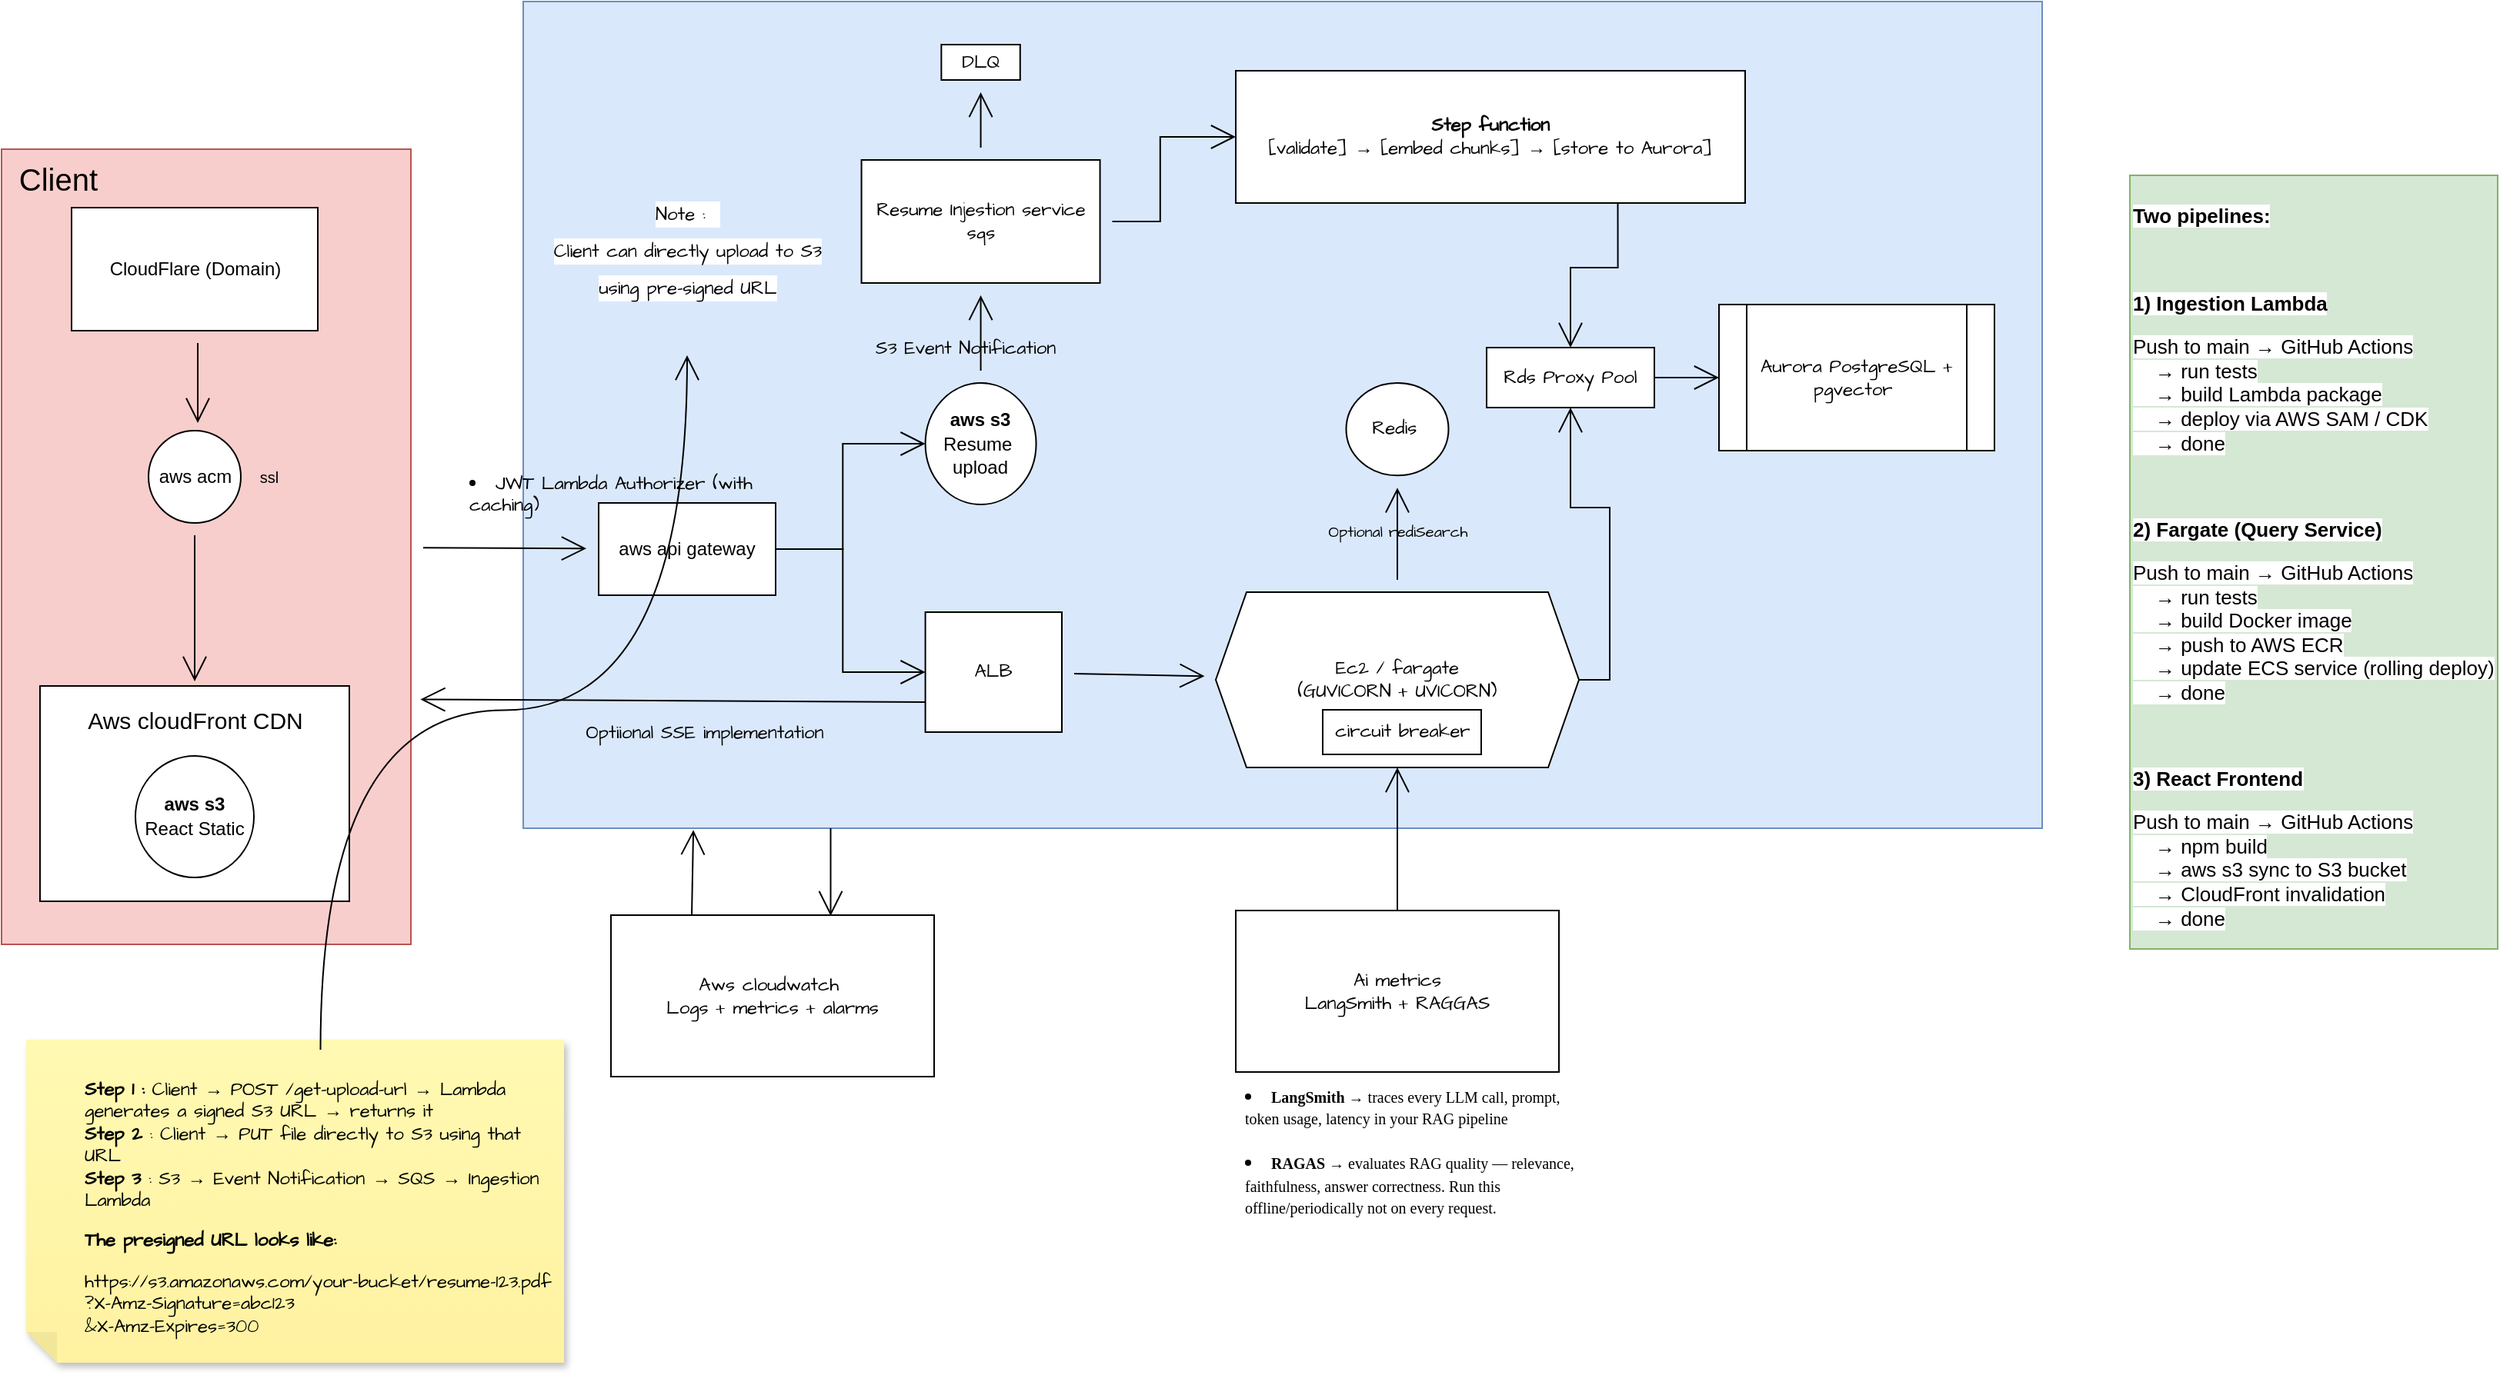
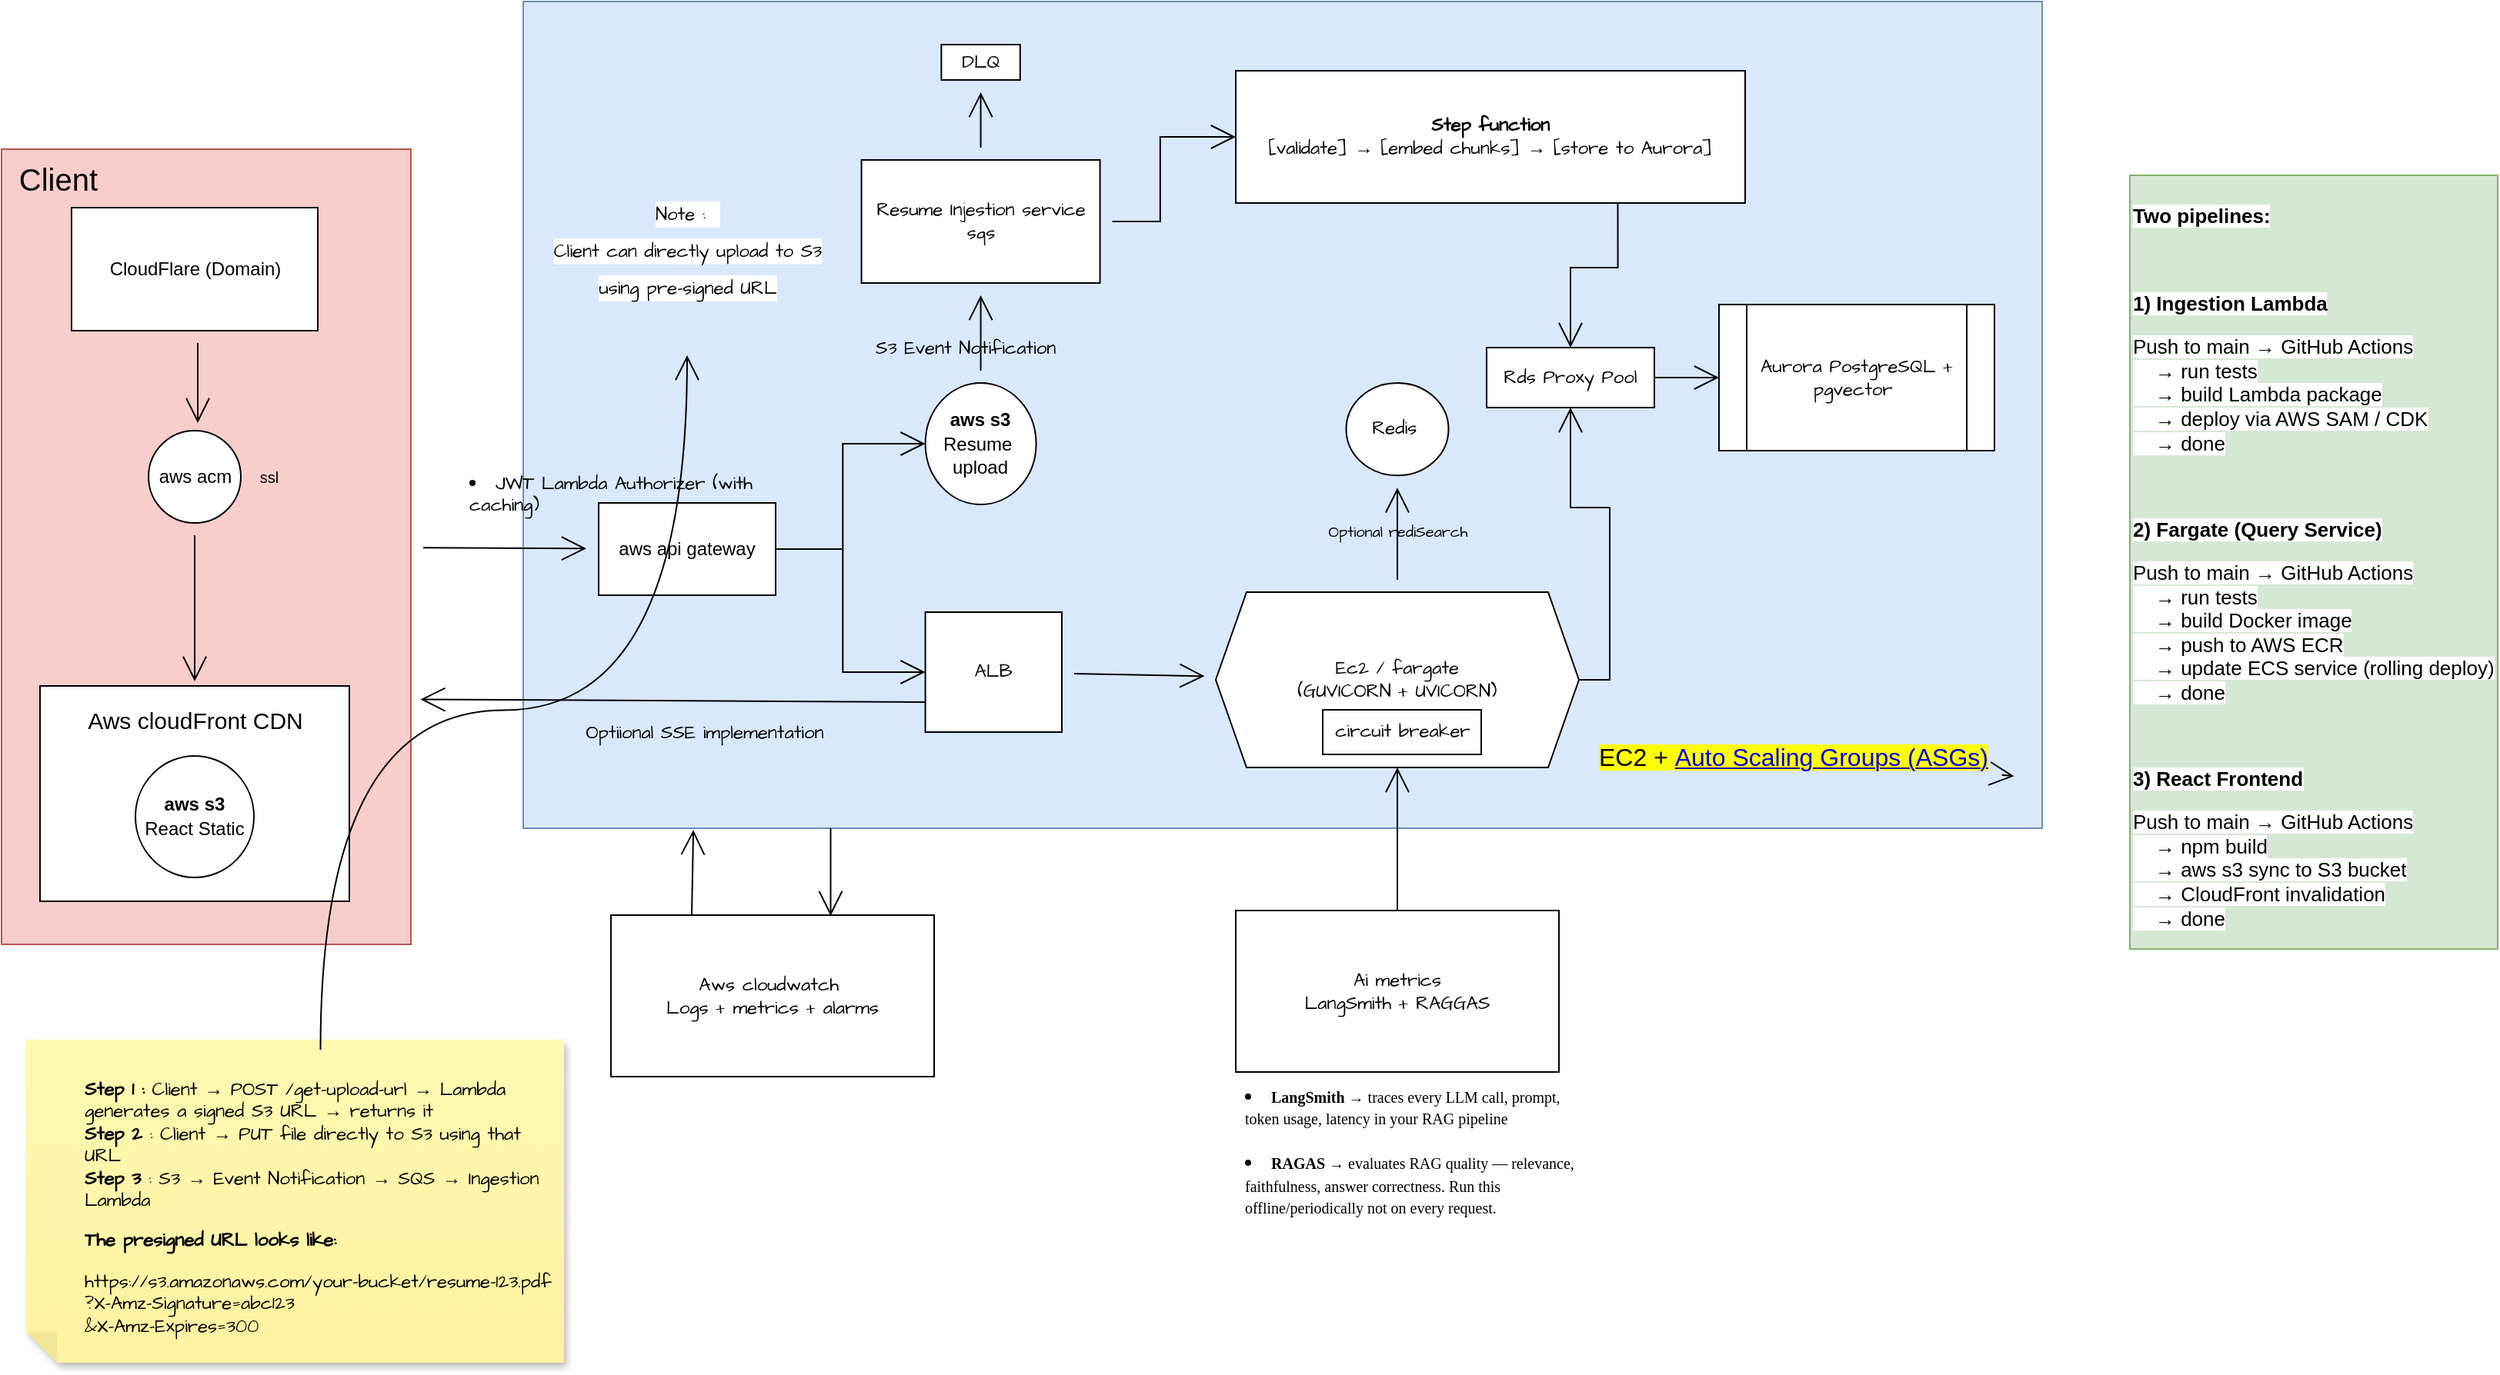
<mxfile host="app.diagrams.net">
  <diagram name="Page-1" id="SOHPCcRNUhLTlrNE90n2">
-     <mxGraphModel dx="3087" dy="1448" grid="0" gridSize="10" guides="1" tooltips="1" connect="1" arrows="1" fold="1" page="0" pageScale="1" pageWidth="850" pageHeight="1100" math="0" shadow="0">
+     <mxGraphModel dx="2808" dy="1317" grid="0" gridSize="10" guides="1" tooltips="1" connect="1" arrows="1" fold="1" page="0" pageScale="1" pageWidth="850" pageHeight="1100" math="0" shadow="0">
      <root>
        <mxCell id="0" />
        <mxCell id="1" parent="0" />
        <mxCell id="rra6tTRvJPethr66ALMW-102" parent="1" style="shape=note;whiteSpace=wrap;html=1;backgroundOutline=1;fontColor=#000000;darkOpacity=0.05;fillColor=#FFF9B2;strokeColor=none;fillStyle=solid;direction=west;gradientDirection=north;gradientColor=#FFF2A1;shadow=1;size=20;autosizeText=1;fontFamily=Architects Daughter;fontSource=https%3A%2F%2Ffonts.googleapis.com%2Fcss%3Ffamily%3DArchitects%2BDaughter;" value="" vertex="1">
          <mxGeometry height="210" width="349.5" x="-684" y="308" as="geometry" />
        </mxCell>
        <mxCell id="rra6tTRvJPethr66ALMW-70" parent="1" style="rounded=0;whiteSpace=wrap;html=1;fontFamily=Architects Daughter;fontSource=https%3A%2F%2Ffonts.googleapis.com%2Fcss%3Ffamily%3DArchitects%2BDaughter;fillColor=#dae8fc;strokeColor=#6c8ebf;" value="" vertex="1">
          <mxGeometry height="537.5" width="987" x="-361" y="-367" as="geometry" />
        </mxCell>
        <mxCell id="rra6tTRvJPethr66ALMW-100" edge="1" parent="1" source="rra6tTRvJPethr66ALMW-55" style="edgeStyle=orthogonalEdgeStyle;rounded=0;orthogonalLoop=1;jettySize=auto;html=1;exitX=0.75;exitY=1;exitDx=0;exitDy=0;entryX=0.5;entryY=0;entryDx=0;entryDy=0;fontFamily=Architects Daughter;fontSource=https%3A%2F%2Ffonts.googleapis.com%2Fcss%3Ffamily%3DArchitects%2BDaughter;fontSize=16;startSize=14;endArrow=open;endSize=14;sourcePerimeterSpacing=8;targetPerimeterSpacing=8;" target="rra6tTRvJPethr66ALMW-95">
          <mxGeometry relative="1" as="geometry" />
        </mxCell>
        <mxCell id="rra6tTRvJPethr66ALMW-55" parent="1" style="rounded=0;whiteSpace=wrap;html=1;fontFamily=Architects Daughter;fontSource=https%3A%2F%2Ffonts.googleapis.com%2Fcss%3Ffamily%3DArchitects%2BDaughter;" value="&lt;span style=&quot;text-align: left;&quot;&gt;&lt;b&gt;Step function&lt;/b&gt;&lt;br&gt;[validate] → [embed chunks] → [store to Aurora]&lt;/span&gt;" vertex="1">
          <mxGeometry height="86" width="331" x="102" y="-322" as="geometry" />
        </mxCell>
        <mxCell id="rra6tTRvJPethr66ALMW-19" edge="1" parent="1" source="rra6tTRvJPethr66ALMW-16" style="edgeStyle=none;curved=1;rounded=0;orthogonalLoop=1;jettySize=auto;html=1;fontFamily=Architects Daughter;fontSource=https%3A%2F%2Ffonts.googleapis.com%2Fcss%3Ffamily%3DArchitects%2BDaughter;fontSize=16;startSize=14;endArrow=open;endSize=14;sourcePerimeterSpacing=8;targetPerimeterSpacing=8;" target="rra6tTRvJPethr66ALMW-18" value="">
          <mxGeometry relative="1" as="geometry" />
        </mxCell>
        <mxCell id="rra6tTRvJPethr66ALMW-16" parent="1" style="rounded=0;whiteSpace=wrap;html=1;fontFamily=Architects Daughter;fontSource=https%3A%2F%2Ffonts.googleapis.com%2Fcss%3Ffamily%3DArchitects%2BDaughter;fillColor=#f8cecc;strokeColor=#b85450;" value="" vertex="1">
          <mxGeometry height="517" width="266" x="-700" y="-271" as="geometry" />
        </mxCell>
        <mxCell id="rra6tTRvJPethr66ALMW-2" parent="1" style="rounded=0;whiteSpace=wrap;html=1;fontFamily=Architects Daughter;fontSource=https%3A%2F%2Ffonts.googleapis.com%2Fcss%3Ffamily%3DArchitects%2BDaughter;" value="" vertex="1">
          <mxGeometry height="140" width="201" x="-675" y="78" as="geometry" />
        </mxCell>
        <mxCell id="rra6tTRvJPethr66ALMW-1" parent="1" style="ellipse;whiteSpace=wrap;html=1;fontFamily=Architects Daughter;fontSource=https%3A%2F%2Ffonts.googleapis.com%2Fcss%3Ffamily%3DArchitects%2BDaughter;" value="&lt;font face=&quot;Helvetica&quot;&gt;&lt;b&gt;aws s3&lt;/b&gt;&lt;br&gt;React Static&lt;/font&gt;" vertex="1">
          <mxGeometry height="79" width="77" x="-613" y="123.5" as="geometry" />
        </mxCell>
        <mxCell id="rra6tTRvJPethr66ALMW-3" parent="1" style="text;html=1;whiteSpace=wrap;strokeColor=none;fillColor=none;align=center;verticalAlign=middle;rounded=0;fontSize=20;fontFamily=Helvetica;" value="&lt;font style=&quot;font-size: 15px;&quot;&gt;Aws cloudFront CDN&lt;/font&gt;" vertex="1">
          <mxGeometry height="30" width="186" x="-667.5" y="83" as="geometry" />
        </mxCell>
        <mxCell id="rra6tTRvJPethr66ALMW-10" edge="1" parent="1" style="edgeStyle=none;curved=1;rounded=0;orthogonalLoop=1;jettySize=auto;html=1;fontFamily=Architects Daughter;fontSource=https%3A%2F%2Ffonts.googleapis.com%2Fcss%3Ffamily%3DArchitects%2BDaughter;fontSize=16;startSize=14;endArrow=open;endSize=14;sourcePerimeterSpacing=8;targetPerimeterSpacing=8;" value="">
          <mxGeometry relative="1" as="geometry">
            <mxPoint x="-572.5" y="-145" as="sourcePoint" />
            <mxPoint x="-572.5" y="-93" as="targetPoint" />
          </mxGeometry>
        </mxCell>
        <mxCell id="rra6tTRvJPethr66ALMW-5" parent="1" style="rounded=0;whiteSpace=wrap;html=1;fontFamily=Helvetica;" value="CloudFlare (Domain)" vertex="1">
          <mxGeometry height="80" width="160" x="-654.5" y="-233" as="geometry" />
        </mxCell>
        <mxCell id="rra6tTRvJPethr66ALMW-14" edge="1" parent="1" source="rra6tTRvJPethr66ALMW-12" style="edgeStyle=none;curved=1;rounded=0;orthogonalLoop=1;jettySize=auto;html=1;fontFamily=Architects Daughter;fontSource=https%3A%2F%2Ffonts.googleapis.com%2Fcss%3Ffamily%3DArchitects%2BDaughter;fontSize=16;startSize=14;endArrow=open;endSize=14;sourcePerimeterSpacing=8;targetPerimeterSpacing=8;" target="rra6tTRvJPethr66ALMW-3" value="">
          <mxGeometry relative="1" as="geometry" />
        </mxCell>
        <mxCell id="rra6tTRvJPethr66ALMW-12" parent="1" style="ellipse;whiteSpace=wrap;html=1;fontFamily=Architects Daughter;fontSource=https%3A%2F%2Ffonts.googleapis.com%2Fcss%3Ffamily%3DArchitects%2BDaughter;" value="&lt;font face=&quot;Helvetica&quot;&gt;aws acm&lt;/font&gt;" vertex="1">
          <mxGeometry height="60" width="60" x="-604.5" y="-88" as="geometry" />
        </mxCell>
        <mxCell id="rra6tTRvJPethr66ALMW-15" parent="1" style="text;html=1;whiteSpace=wrap;strokeColor=none;fillColor=none;align=center;verticalAlign=middle;rounded=0;fontSize=10;fontFamily=Helvetica;" value="&lt;font&gt;ssl&lt;/font&gt;" vertex="1">
          <mxGeometry height="18" width="32" x="-542" y="-67" as="geometry" />
        </mxCell>
        <mxCell id="rra6tTRvJPethr66ALMW-17" parent="1" style="text;html=1;whiteSpace=wrap;strokeColor=none;fillColor=none;align=center;verticalAlign=middle;rounded=0;fontSize=20;fontFamily=Architects Daughter;fontSource=https%3A%2F%2Ffonts.googleapis.com%2Fcss%3Ffamily%3DArchitects%2BDaughter;" value="&lt;font face=&quot;Helvetica&quot;&gt;Client&lt;/font&gt;" vertex="1">
          <mxGeometry height="30" width="60" x="-693" y="-266" as="geometry" />
        </mxCell>
        <mxCell id="rra6tTRvJPethr66ALMW-27" edge="1" parent="1" source="rra6tTRvJPethr66ALMW-18" style="edgeStyle=orthogonalEdgeStyle;rounded=0;orthogonalLoop=1;jettySize=auto;html=1;fontFamily=Architects Daughter;fontSource=https%3A%2F%2Ffonts.googleapis.com%2Fcss%3Ffamily%3DArchitects%2BDaughter;fontSize=16;startSize=14;endArrow=open;endSize=14;sourcePerimeterSpacing=8;targetPerimeterSpacing=8;entryX=0;entryY=0.5;entryDx=0;entryDy=0;" target="rra6tTRvJPethr66ALMW-42" value="">
          <mxGeometry relative="1" as="geometry">
            <mxPoint x="-103" y="-13.867567567567448" as="targetPoint" />
          </mxGeometry>
        </mxCell>
        <mxCell id="rra6tTRvJPethr66ALMW-47" edge="1" parent="1" source="rra6tTRvJPethr66ALMW-18" style="edgeStyle=orthogonalEdgeStyle;rounded=0;orthogonalLoop=1;jettySize=auto;html=1;exitX=1;exitY=0.5;exitDx=0;exitDy=0;entryX=0;entryY=0.5;entryDx=0;entryDy=0;fontFamily=Architects Daughter;fontSource=https%3A%2F%2Ffonts.googleapis.com%2Fcss%3Ffamily%3DArchitects%2BDaughter;fontSize=16;startSize=14;endArrow=open;endSize=14;sourcePerimeterSpacing=8;targetPerimeterSpacing=8;" target="rra6tTRvJPethr66ALMW-22">
          <mxGeometry relative="1" as="geometry" />
        </mxCell>
        <mxCell id="rra6tTRvJPethr66ALMW-18" parent="1" style="whiteSpace=wrap;html=1;fontFamily=Architects Daughter;rounded=0;fontSource=https%3A%2F%2Ffonts.googleapis.com%2Fcss%3Ffamily%3DArchitects%2BDaughter;" value="&lt;font face=&quot;Helvetica&quot;&gt;aws api gateway&lt;/font&gt;" vertex="1">
          <mxGeometry height="60" width="115" x="-312" y="-41" as="geometry" />
        </mxCell>
        <mxCell id="rra6tTRvJPethr66ALMW-57" edge="1" parent="1" source="rra6tTRvJPethr66ALMW-20" style="edgeStyle=none;curved=1;rounded=0;orthogonalLoop=1;jettySize=auto;html=1;fontFamily=Architects Daughter;fontSource=https%3A%2F%2Ffonts.googleapis.com%2Fcss%3Ffamily%3DArchitects%2BDaughter;fontSize=16;startSize=14;endArrow=open;endSize=14;sourcePerimeterSpacing=8;targetPerimeterSpacing=8;" target="rra6tTRvJPethr66ALMW-56" value="">
          <mxGeometry relative="1" as="geometry" />
        </mxCell>
        <mxCell id="rra6tTRvJPethr66ALMW-58" edge="1" parent="1" source="rra6tTRvJPethr66ALMW-20" style="edgeStyle=orthogonalEdgeStyle;rounded=0;orthogonalLoop=1;jettySize=auto;html=1;fontFamily=Architects Daughter;fontSource=https%3A%2F%2Ffonts.googleapis.com%2Fcss%3Ffamily%3DArchitects%2BDaughter;fontSize=16;startSize=14;endArrow=open;endSize=14;sourcePerimeterSpacing=8;targetPerimeterSpacing=8;entryX=0;entryY=0.5;entryDx=0;entryDy=0;" target="rra6tTRvJPethr66ALMW-55" value="">
          <mxGeometry relative="1" as="geometry">
            <mxPoint x="94.00000000000045" y="-224" as="targetPoint" />
          </mxGeometry>
        </mxCell>
        <mxCell id="rra6tTRvJPethr66ALMW-20" parent="1" style="rounded=0;whiteSpace=wrap;html=1;fontFamily=Architects Daughter;fontSource=https%3A%2F%2Ffonts.googleapis.com%2Fcss%3Ffamily%3DArchitects%2BDaughter;" value="Resume Injestion service&lt;br&gt;sqs" vertex="1">
          <mxGeometry height="80" width="155" x="-141.22000000000003" y="-264" as="geometry" />
        </mxCell>
        <mxCell id="rra6tTRvJPethr66ALMW-51" edge="1" parent="1" source="rra6tTRvJPethr66ALMW-22" style="edgeStyle=none;curved=1;rounded=0;orthogonalLoop=1;jettySize=auto;html=1;exitX=0;exitY=0.75;exitDx=0;exitDy=0;fontFamily=Architects Daughter;fontSource=https%3A%2F%2Ffonts.googleapis.com%2Fcss%3Ffamily%3DArchitects%2BDaughter;fontSize=16;startSize=14;endArrow=open;endSize=14;sourcePerimeterSpacing=8;targetPerimeterSpacing=8;">
          <mxGeometry relative="1" as="geometry">
            <mxPoint x="-427.7921840122767" y="86.71428571428578" as="targetPoint" />
          </mxGeometry>
        </mxCell>
        <mxCell id="rra6tTRvJPethr66ALMW-22" parent="1" style="rounded=0;whiteSpace=wrap;html=1;fontFamily=Architects Daughter;fontSource=https%3A%2F%2Ffonts.googleapis.com%2Fcss%3Ffamily%3DArchitects%2BDaughter;" value="ALB" vertex="1">
          <mxGeometry height="78" width="88.71" x="-99.71" y="30" as="geometry" />
        </mxCell>
        <mxCell id="rra6tTRvJPethr66ALMW-41" parent="1" style="text;whiteSpace=wrap;html=1;fontFamily=Architects Daughter;fontSource=https%3A%2F%2Ffonts.googleapis.com%2Fcss%3Ffamily%3DArchitects%2BDaughter;" value="&lt;li class=&quot;font-claude-response-body whitespace-normal break-words pl-2&quot;&gt;JWT Lambda Authorizer (with caching)&lt;/li&gt;" vertex="1">
          <mxGeometry height="34.14" width="232.29" x="-398" y="-67" as="geometry" />
        </mxCell>
        <mxCell id="rra6tTRvJPethr66ALMW-43" edge="1" parent="1" source="rra6tTRvJPethr66ALMW-42" style="edgeStyle=none;curved=1;rounded=0;orthogonalLoop=1;jettySize=auto;html=1;fontFamily=Architects Daughter;fontSource=https%3A%2F%2Ffonts.googleapis.com%2Fcss%3Ffamily%3DArchitects%2BDaughter;fontSize=16;startSize=14;endArrow=open;endSize=14;sourcePerimeterSpacing=8;targetPerimeterSpacing=8;" target="rra6tTRvJPethr66ALMW-20" value="">
          <mxGeometry relative="1" as="geometry" />
        </mxCell>
        <mxCell id="rra6tTRvJPethr66ALMW-42" parent="1" style="ellipse;whiteSpace=wrap;html=1;fontFamily=Architects Daughter;fontSource=https%3A%2F%2Ffonts.googleapis.com%2Fcss%3Ffamily%3DArchitects%2BDaughter;" value="&lt;font face=&quot;Helvetica&quot;&gt;&lt;b&gt;aws s3&lt;/b&gt;&lt;br&gt;Resume&amp;nbsp; upload&lt;/font&gt;" vertex="1">
          <mxGeometry height="79" width="72" x="-99.71" y="-119" as="geometry" />
        </mxCell>
        <mxCell id="rra6tTRvJPethr66ALMW-46" parent="1" style="shape=process;whiteSpace=wrap;html=1;backgroundOutline=1;fontFamily=Architects Daughter;fontSource=https%3A%2F%2Ffonts.googleapis.com%2Fcss%3Ffamily%3DArchitects%2BDaughter;" value="Aurora PostgreSQL + pgvector&amp;nbsp;" vertex="1">
          <mxGeometry height="95" width="179" x="416" y="-170" as="geometry" />
        </mxCell>
        <mxCell id="rra6tTRvJPethr66ALMW-48" edge="1" parent="1" source="rra6tTRvJPethr66ALMW-22" style="edgeStyle=none;curved=1;rounded=0;orthogonalLoop=1;jettySize=auto;html=1;fontFamily=Architects Daughter;fontSource=https%3A%2F%2Ffonts.googleapis.com%2Fcss%3Ffamily%3DArchitects%2BDaughter;fontSize=16;startSize=14;endArrow=open;endSize=14;sourcePerimeterSpacing=8;targetPerimeterSpacing=8;" target="rra6tTRvJPethr66ALMW-38" value="">
          <mxGeometry relative="1" as="geometry">
            <mxPoint x="100" y="65" as="sourcePoint" />
            <mxPoint x="417.5943068734091" y="60.00960425827361" as="targetPoint" />
          </mxGeometry>
        </mxCell>
        <mxCell id="rra6tTRvJPethr66ALMW-89" edge="1" parent="1" source="rra6tTRvJPethr66ALMW-38" style="edgeStyle=none;curved=1;rounded=0;orthogonalLoop=1;jettySize=auto;html=1;fontFamily=Architects Daughter;fontSource=https%3A%2F%2Ffonts.googleapis.com%2Fcss%3Ffamily%3DArchitects%2BDaughter;fontSize=16;startSize=14;endArrow=open;endSize=14;sourcePerimeterSpacing=8;targetPerimeterSpacing=8;" target="rra6tTRvJPethr66ALMW-50" value="">
          <mxGeometry relative="1" as="geometry" />
        </mxCell>
        <mxCell id="rra6tTRvJPethr66ALMW-96" edge="1" parent="1" source="rra6tTRvJPethr66ALMW-38" style="edgeStyle=orthogonalEdgeStyle;rounded=0;orthogonalLoop=1;jettySize=auto;html=1;exitX=1;exitY=0.5;exitDx=0;exitDy=0;entryX=0.5;entryY=1;entryDx=0;entryDy=0;fontFamily=Architects Daughter;fontSource=https%3A%2F%2Ffonts.googleapis.com%2Fcss%3Ffamily%3DArchitects%2BDaughter;fontSize=16;startSize=14;endArrow=open;endSize=14;sourcePerimeterSpacing=8;targetPerimeterSpacing=8;" target="rra6tTRvJPethr66ALMW-95">
          <mxGeometry relative="1" as="geometry" />
        </mxCell>
        <mxCell id="rra6tTRvJPethr66ALMW-38" parent="1" style="shape=hexagon;perimeter=hexagonPerimeter2;whiteSpace=wrap;html=1;fixedSize=1;fontFamily=Architects Daughter;fontSource=https%3A%2F%2Ffonts.googleapis.com%2Fcss%3Ffamily%3DArchitects%2BDaughter;" value="Ec2 / fargate&lt;br&gt;(GUVICORN + UVICORN)" vertex="1">
          <mxGeometry height="114" width="236" x="89" y="17" as="geometry" />
        </mxCell>
        <mxCell id="rra6tTRvJPethr66ALMW-50" parent="1" style="ellipse;whiteSpace=wrap;html=1;fontFamily=Architects Daughter;fontSource=https%3A%2F%2Ffonts.googleapis.com%2Fcss%3Ffamily%3DArchitects%2BDaughter;" value="Redis&amp;nbsp;" vertex="1">
          <mxGeometry height="60.14" width="66.5" x="173.75" y="-119" as="geometry" />
        </mxCell>
        <mxCell id="rra6tTRvJPethr66ALMW-53" parent="1" style="text;html=1;whiteSpace=wrap;strokeColor=none;fillColor=none;align=center;verticalAlign=middle;rounded=0;fontSize=12;fontFamily=Architects Daughter;fontSource=https%3A%2F%2Ffonts.googleapis.com%2Fcss%3Ffamily%3DArchitects%2BDaughter;" value="Optiional SSE implementation" vertex="1">
          <mxGeometry height="30" width="272" x="-378.85" y="93.5" as="geometry" />
        </mxCell>
        <mxCell id="rra6tTRvJPethr66ALMW-56" parent="1" style="rounded=0;whiteSpace=wrap;html=1;fontFamily=Architects Daughter;fontSource=https%3A%2F%2Ffonts.googleapis.com%2Fcss%3Ffamily%3DArchitects%2BDaughter;" value="DLQ" vertex="1">
          <mxGeometry height="23" width="51.21" x="-89.32" y="-339" as="geometry" />
        </mxCell>
        <mxCell id="rra6tTRvJPethr66ALMW-60" parent="1" style="text;whiteSpace=wrap;html=1;fontFamily=Architects Daughter;fontSource=https%3A%2F%2Ffonts.googleapis.com%2Fcss%3Ffamily%3DArchitects%2BDaughter;" value="S3 Event Notification" vertex="1">
          <mxGeometry height="36" width="145" x="-134" y="-155.00117675781252" as="geometry" />
        </mxCell>
        <mxCell id="rra6tTRvJPethr66ALMW-61" parent="1" style="text;html=1;whiteSpace=wrap;strokeColor=none;fillColor=none;align=center;verticalAlign=middle;rounded=0;fontSize=20;fontFamily=Architects Daughter;fontSource=https%3A%2F%2Ffonts.googleapis.com%2Fcss%3Ffamily%3DArchitects%2BDaughter;" value="&lt;font style=&quot;font-size: 10px;&quot;&gt;Optional rediSearch&lt;/font&gt;" vertex="1">
          <mxGeometry height="30" width="109" x="152.5" y="-41" as="geometry" />
        </mxCell>
        <mxCell id="rra6tTRvJPethr66ALMW-65" parent="1" style="rounded=0;whiteSpace=wrap;html=1;fontFamily=Architects Daughter;fontSource=https%3A%2F%2Ffonts.googleapis.com%2Fcss%3Ffamily%3DArchitects%2BDaughter;" value="Aws cloudwatch&amp;nbsp;&lt;br&gt;Logs + metrics + alarms" vertex="1">
          <mxGeometry height="105" width="210" x="-304" y="227" as="geometry" />
        </mxCell>
        <mxCell id="rra6tTRvJPethr66ALMW-94" edge="1" parent="1" source="rra6tTRvJPethr66ALMW-69" style="edgeStyle=none;curved=1;rounded=0;orthogonalLoop=1;jettySize=auto;html=1;exitX=0.5;exitY=0;exitDx=0;exitDy=0;entryX=0.5;entryY=1;entryDx=0;entryDy=0;fontFamily=Architects Daughter;fontSource=https%3A%2F%2Ffonts.googleapis.com%2Fcss%3Ffamily%3DArchitects%2BDaughter;fontSize=16;startSize=14;endArrow=open;endSize=14;sourcePerimeterSpacing=8;targetPerimeterSpacing=8;" target="rra6tTRvJPethr66ALMW-38">
          <mxGeometry relative="1" as="geometry" />
        </mxCell>
        <mxCell id="rra6tTRvJPethr66ALMW-69" parent="1" style="rounded=0;whiteSpace=wrap;html=1;fontFamily=Architects Daughter;fontSource=https%3A%2F%2Ffonts.googleapis.com%2Fcss%3Ffamily%3DArchitects%2BDaughter;" value="Ai metrics&lt;br&gt;LangSmith + RAGGAS" vertex="1">
          <mxGeometry height="105" width="210" x="102" y="224" as="geometry" />
        </mxCell>
        <mxCell id="rra6tTRvJPethr66ALMW-71" parent="1" style="rounded=0;whiteSpace=wrap;html=1;fontFamily=Architects Daughter;fontSource=https%3A%2F%2Ffonts.googleapis.com%2Fcss%3Ffamily%3DArchitects%2BDaughter;" value="circuit breaker" vertex="1">
          <mxGeometry height="29" width="103" x="158.5" y="93.5" as="geometry" />
        </mxCell>
        <mxCell id="rra6tTRvJPethr66ALMW-72" parent="1" style="text;whiteSpace=wrap;html=1;fontFamily=Architects Daughter;fontSource=https%3A%2F%2Ffonts.googleapis.com%2Fcss%3Ffamily%3DArchitects%2BDaughter;" value="&lt;li class=&quot;font-claude-response-body whitespace-normal break-words pl-2&quot;&gt;&lt;font face=&quot;Verdana&quot; style=&quot;font-size: 10px;&quot;&gt;&lt;strong&gt;LangSmith&lt;/strong&gt; → traces every LLM call, prompt, token usage, latency in your RAG pipeline&lt;/font&gt;&lt;/li&gt;&lt;font face=&quot;Verdana&quot; style=&quot;font-size: 10px;&quot;&gt;&lt;br&gt;&lt;/font&gt;&lt;li class=&quot;font-claude-response-body whitespace-normal break-words pl-2&quot;&gt;&lt;font face=&quot;Verdana&quot; style=&quot;font-size: 10px;&quot;&gt;&lt;strong&gt;RAGAS&lt;/strong&gt; → evaluates RAG quality — relevance, faithfulness, answer correctness. Run this offline/periodically not on every request.&lt;/font&gt;&lt;/li&gt;" vertex="1">
          <mxGeometry height="145" width="219" x="106" y="332" as="geometry" />
        </mxCell>
        <mxCell id="rra6tTRvJPethr66ALMW-76" edge="1" parent="1" style="edgeStyle=none;curved=1;rounded=0;orthogonalLoop=1;jettySize=auto;html=1;exitX=0.25;exitY=1;exitDx=0;exitDy=0;entryX=0.875;entryY=0.005;entryDx=0;entryDy=0;entryPerimeter=0;fontFamily=Architects Daughter;fontSource=https%3A%2F%2Ffonts.googleapis.com%2Fcss%3Ffamily%3DArchitects%2BDaughter;fontSize=16;startSize=14;endArrow=open;endSize=14;sourcePerimeterSpacing=8;targetPerimeterSpacing=8;">
          <mxGeometry relative="1" as="geometry">
            <mxPoint x="-161.25" y="170.50000000000023" as="sourcePoint" />
            <mxPoint x="-161.25" y="227.52500000000032" as="targetPoint" />
          </mxGeometry>
        </mxCell>
        <mxCell id="rra6tTRvJPethr66ALMW-78" edge="1" parent="1" source="rra6tTRvJPethr66ALMW-65" style="edgeStyle=none;curved=1;rounded=0;orthogonalLoop=1;jettySize=auto;html=1;exitX=0.25;exitY=0;exitDx=0;exitDy=0;entryX=0.112;entryY=1.002;entryDx=0;entryDy=0;entryPerimeter=0;fontFamily=Architects Daughter;fontSource=https%3A%2F%2Ffonts.googleapis.com%2Fcss%3Ffamily%3DArchitects%2BDaughter;fontSize=16;startSize=14;endArrow=open;endSize=14;sourcePerimeterSpacing=8;targetPerimeterSpacing=8;" target="rra6tTRvJPethr66ALMW-70">
          <mxGeometry relative="1" as="geometry" />
        </mxCell>
        <UserObject label="&lt;p class=&quot;font-claude-response-body break-words whitespace-normal leading-[1.7]&quot;&gt;&lt;strong&gt;&lt;font face=&quot;Helvetica&quot; style=&quot;background-color: light-dark(#ffffff, var(--ge-dark-color, #121212)); font-size: 13px;&quot;&gt;Two pipelines:&lt;/font&gt;&lt;/strong&gt;&lt;/p&gt;&lt;font face=&quot;Helvetica&quot; style=&quot;background-color: light-dark(#ffffff, var(--ge-dark-color, #121212)); font-size: 13px;&quot;&gt;&lt;br&gt;&lt;/font&gt;&lt;p class=&quot;font-claude-response-body break-words whitespace-normal leading-[1.7]&quot;&gt;&lt;strong&gt;&lt;font face=&quot;Helvetica&quot; style=&quot;background-color: light-dark(#ffffff, var(--ge-dark-color, #121212)); font-size: 13px;&quot;&gt;1) Ingestion Lambda&lt;/font&gt;&lt;/strong&gt;&lt;/p&gt;&lt;div role=&quot;group&quot; aria-label=&quot;Code&quot; tabindex=&quot;0&quot; class=&quot;relative group/copy bg-bg-000/50 border-0.5 border-border-400 rounded-lg focus:outline-none focus-visible:ring-2 focus-visible:ring-accent-100&quot;&gt;&lt;div class=&quot;overflow-x-auto&quot;&gt;&lt;pre class=&quot;code-block__code !my-0 !rounded-lg !text-sm !leading-relaxed p-3.5&quot; style=&quot;background: transparent;&quot;&gt;&lt;code style=&quot;background-image: initial; background-position: initial; background-size: initial; background-repeat: initial; background-attachment: initial; background-origin: initial; background-clip: initial; white-space: pre-wrap;&quot;&gt;&lt;font face=&quot;Helvetica&quot; style=&quot;background-color: light-dark(#ffffff, var(--ge-dark-color, #121212)); font-size: 13px;&quot;&gt;&lt;span&gt;&lt;span&gt;Push to main → GitHub Actions&lt;br&gt;&lt;/span&gt;&lt;/span&gt;&lt;span&gt;    → run tests&lt;br&gt;&lt;/span&gt;&lt;span&gt;    → build Lambda package&lt;br&gt;&lt;/span&gt;&lt;span&gt;    → deploy via AWS SAM / CDK&lt;br&gt;&lt;/span&gt;&lt;span&gt;    → done&lt;/span&gt;&lt;/font&gt;&lt;/code&gt;&lt;/pre&gt;&lt;/div&gt;&lt;/div&gt;&lt;font face=&quot;Helvetica&quot; style=&quot;background-color: light-dark(#ffffff, var(--ge-dark-color, #121212)); font-size: 13px;&quot;&gt;&lt;br&gt;&lt;/font&gt;&lt;p class=&quot;font-claude-response-body break-words whitespace-normal leading-[1.7]&quot;&gt;&lt;strong&gt;&lt;font face=&quot;Helvetica&quot; style=&quot;background-color: light-dark(#ffffff, var(--ge-dark-color, #121212)); font-size: 13px;&quot;&gt;2) Fargate (Query Service)&lt;/font&gt;&lt;/strong&gt;&lt;/p&gt;&lt;div role=&quot;group&quot; aria-label=&quot;Code&quot; tabindex=&quot;0&quot; class=&quot;relative group/copy bg-bg-000/50 border-0.5 border-border-400 rounded-lg focus:outline-none focus-visible:ring-2 focus-visible:ring-accent-100&quot;&gt;&lt;div class=&quot;overflow-x-auto&quot;&gt;&lt;pre class=&quot;code-block__code !my-0 !rounded-lg !text-sm !leading-relaxed p-3.5&quot; style=&quot;background: transparent;&quot;&gt;&lt;code style=&quot;background-image: initial; background-position: initial; background-size: initial; background-repeat: initial; background-attachment: initial; background-origin: initial; background-clip: initial; white-space: pre-wrap;&quot;&gt;&lt;font face=&quot;Helvetica&quot; style=&quot;background-color: light-dark(#ffffff, var(--ge-dark-color, #121212)); font-size: 13px;&quot;&gt;&lt;span&gt;&lt;span&gt;Push to main → GitHub Actions&lt;br&gt;&lt;/span&gt;&lt;/span&gt;&lt;span&gt;    → run tests&lt;br&gt;&lt;/span&gt;&lt;span&gt;    → build Docker image&lt;br&gt;&lt;/span&gt;&lt;span&gt;    → push to AWS ECR&lt;br&gt;&lt;/span&gt;&lt;span&gt;    → update ECS service (rolling deploy)&lt;br&gt;&lt;/span&gt;&lt;span&gt;    → done&lt;/span&gt;&lt;/font&gt;&lt;/code&gt;&lt;/pre&gt;&lt;/div&gt;&lt;/div&gt;&lt;font face=&quot;Helvetica&quot; style=&quot;background-color: light-dark(#ffffff, var(--ge-dark-color, #121212)); font-size: 13px;&quot;&gt;&lt;br&gt;&lt;/font&gt;&lt;p class=&quot;font-claude-response-body break-words whitespace-normal leading-[1.7]&quot;&gt;&lt;strong&gt;&lt;font face=&quot;Helvetica&quot; style=&quot;background-color: light-dark(#ffffff, var(--ge-dark-color, #121212)); font-size: 13px;&quot;&gt;3) React Frontend&lt;/font&gt;&lt;/strong&gt;&lt;/p&gt;&lt;div role=&quot;group&quot; aria-label=&quot;Code&quot; tabindex=&quot;0&quot; class=&quot;relative group/copy bg-bg-000/50 border-0.5 border-border-400 rounded-lg focus:outline-none focus-visible:ring-2 focus-visible:ring-accent-100&quot;&gt;&lt;div class=&quot;overflow-x-auto&quot;&gt;&lt;pre class=&quot;code-block__code !my-0 !rounded-lg !text-sm !leading-relaxed p-3.5&quot; style=&quot;background: transparent;&quot;&gt;&lt;code style=&quot;background-image: initial; background-position: initial; background-size: initial; background-repeat: initial; background-attachment: initial; background-origin: initial; background-clip: initial; white-space: pre-wrap;&quot;&gt;&lt;font face=&quot;Helvetica&quot; style=&quot;background-color: light-dark(#ffffff, var(--ge-dark-color, #121212)); font-size: 13px;&quot;&gt;Push to main → GitHub Actions&lt;br&gt;    → npm build&lt;br&gt;    → aws s3 sync to S3 bucket&lt;br&gt;    → CloudFront invalidation&lt;br&gt;    → done&lt;/font&gt;&lt;/code&gt;&lt;/pre&gt;&lt;/div&gt;&lt;/div&gt;" id="rra6tTRvJPethr66ALMW-85">
          <mxCell parent="1" style="text;whiteSpace=wrap;html=1;fontFamily=Architects Daughter;fontSource=https%3A%2F%2Ffonts.googleapis.com%2Fcss%3Ffamily%3DArchitects%2BDaughter;fillColor=#d5e8d4;strokeColor=#82b366;" vertex="1">
            <mxGeometry height="503" width="239" x="683" y="-254" as="geometry" />
          </mxCell>
        </UserObject>
        <mxCell id="rra6tTRvJPethr66ALMW-90" parent="1" style="text;html=1;whiteSpace=wrap;strokeColor=none;fillColor=none;align=center;verticalAlign=middle;rounded=0;fontSize=20;fontFamily=Architects Daughter;fontSource=https%3A%2F%2Ffonts.googleapis.com%2Fcss%3Ffamily%3DArchitects%2BDaughter;" value="&lt;font style=&quot;font-size: 12px; background-color: light-dark(#ffffff, var(--ge-dark-color, #121212));&quot;&gt;Note :&amp;nbsp;&amp;nbsp;&lt;br&gt;Client can directly upload to S3 using pre-signed URL&lt;/font&gt;" vertex="1">
          <mxGeometry height="143" width="204" x="-356.5" y="-280" as="geometry" />
        </mxCell>
        <mxCell id="rra6tTRvJPethr66ALMW-98" edge="1" parent="1" source="rra6tTRvJPethr66ALMW-95" style="edgeStyle=none;curved=1;rounded=0;orthogonalLoop=1;jettySize=auto;html=1;exitX=1;exitY=0.5;exitDx=0;exitDy=0;entryX=0;entryY=0.5;entryDx=0;entryDy=0;fontFamily=Architects Daughter;fontSource=https%3A%2F%2Ffonts.googleapis.com%2Fcss%3Ffamily%3DArchitects%2BDaughter;fontSize=16;startSize=14;endArrow=open;endSize=14;sourcePerimeterSpacing=8;targetPerimeterSpacing=8;" target="rra6tTRvJPethr66ALMW-46">
          <mxGeometry relative="1" as="geometry" />
        </mxCell>
        <mxCell id="rra6tTRvJPethr66ALMW-95" parent="1" style="rounded=0;whiteSpace=wrap;html=1;fontFamily=Architects Daughter;fontSource=https%3A%2F%2Ffonts.googleapis.com%2Fcss%3Ffamily%3DArchitects%2BDaughter;" value="Rds Proxy Pool" vertex="1">
          <mxGeometry height="39" width="109" x="265" y="-142" as="geometry" />
        </mxCell>
        <mxCell id="rra6tTRvJPethr66ALMW-103" edge="1" parent="1" source="rra6tTRvJPethr66ALMW-101" style="edgeStyle=orthogonalEdgeStyle;curved=1;rounded=0;orthogonalLoop=1;jettySize=auto;html=1;exitX=0.5;exitY=0;exitDx=0;exitDy=0;entryX=0.5;entryY=1;entryDx=0;entryDy=0;fontFamily=Architects Daughter;fontSource=https%3A%2F%2Ffonts.googleapis.com%2Fcss%3Ffamily%3DArchitects%2BDaughter;fontSize=16;startSize=14;endArrow=open;endSize=14;sourcePerimeterSpacing=8;targetPerimeterSpacing=8;" target="rra6tTRvJPethr66ALMW-90">
          <mxGeometry relative="1" as="geometry" />
        </mxCell>
        <UserObject label="&lt;div role=&quot;group&quot; aria-label=&quot;Code&quot; tabindex=&quot;0&quot; class=&quot;relative group/copy bg-bg-000/50 border-0.5 border-border-400 rounded-lg focus:outline-none focus-visible:ring-2 focus-visible:ring-accent-100&quot;&gt;&lt;div class=&quot;overflow-x-auto&quot;&gt;&lt;pre class=&quot;code-block__code !my-0 !rounded-lg !text-sm !leading-relaxed p-3.5&quot; style=&quot;background: transparent; font-family: var(--font-mono);&quot;&gt;&lt;code style=&quot;background: transparent; font-family: var(--font-mono); white-space: pre-wrap;&quot;&gt;&lt;font&gt;&lt;b&gt;Step 1 :&lt;/b&gt; Client → POST /get-upload-url → Lambda generates a signed S3 URL → returns it&lt;br&gt;&lt;b&gt;Step 2 &lt;/b&gt;: Client → PUT file directly to S3 using that URL&lt;br&gt;&lt;b&gt;Step 3 &lt;/b&gt;: S3 → Event Notification → SQS → Ingestion Lambda&lt;/font&gt;&lt;/code&gt;&lt;/pre&gt;&lt;/div&gt;&lt;/div&gt;&lt;p class=&quot;font-claude-response-body break-words whitespace-normal leading-[1.7]&quot;&gt;&lt;strong&gt;&lt;font&gt;The presigned URL looks like:&lt;/font&gt;&lt;/strong&gt;&lt;/p&gt;&lt;div role=&quot;group&quot; aria-label=&quot;Code&quot; tabindex=&quot;0&quot; class=&quot;relative group/copy bg-bg-000/50 border-0.5 border-border-400 rounded-lg focus:outline-none focus-visible:ring-2 focus-visible:ring-accent-100&quot;&gt;&lt;div class=&quot;overflow-x-auto&quot;&gt;&lt;pre class=&quot;code-block__code !my-0 !rounded-lg !text-sm !leading-relaxed p-3.5&quot; style=&quot;background: transparent; font-family: var(--font-mono);&quot;&gt;&lt;code style=&quot;background: transparent; font-family: var(--font-mono); white-space: pre-wrap;&quot;&gt;&lt;font&gt;&lt;span&gt;https://s3.amazonaws.com/your-bucket/resume-123.pdf&lt;br&gt;&lt;/span&gt;?X-Amz-Signature=abc123&lt;br&gt;&amp;amp;X-Amz-Expires=300&lt;/font&gt;&lt;/code&gt;&lt;/pre&gt;&lt;/div&gt;&lt;/div&gt;" link="&lt;div role=&quot;group&quot; aria-label=&quot;Code&quot; tabindex=&quot;0&quot; class=&quot;relative group/copy bg-bg-000/50 border-0.5 border-border-400 rounded-lg focus:outline-none focus-visible:ring-2 focus-visible:ring-accent-100&quot;&gt;&lt;div class=&quot;overflow-x-auto&quot;&gt;&lt;pre class=&quot;code-block__code !my-0 !rounded-lg !text-sm !leading-relaxed p-3.5&quot; style=&quot;color: rgb(234, 236, 240); background: transparent; font-family: var(--font-mono);&quot;&gt;&lt;code style=&quot;color: rgb(234, 236, 240); background: transparent; font-family: var(--font-mono); white-space: pre-wrap;&quot;&gt;&lt;span&gt;&lt;span&gt;Step 1: Client → POST /get-upload-url → Lambda generates a signed S3 URL → returns it&#xa;&lt;/span&gt;&lt;/span&gt;&lt;span&gt;Step 2: Client → PUT file directly to S3 using that URL&#xa;&lt;/span&gt;&lt;span&gt;        (your servers never touch the file)&#xa;&lt;/span&gt;&lt;span&gt;Step 3: S3 → Event Notification → SQS → Ingestion Lambda&lt;/span&gt;&lt;/code&gt;&lt;/pre&gt;&lt;/div&gt;&lt;/div&gt;&#xa;&lt;p class=&quot;font-claude-response-body break-words whitespace-normal leading-[1.7]&quot;&gt;&lt;strong&gt;The presigned URL looks like:&lt;/strong&gt;&lt;/p&gt;&#xa;&lt;div role=&quot;group&quot; aria-label=&quot;Code&quot; tabindex=&quot;0&quot; class=&quot;relative group/copy bg-bg-000/50 border-0.5 border-border-400 rounded-lg focus:outline-none focus-visible:ring-2 focus-visible:ring-accent-100&quot;&gt;&lt;div class=&quot;sticky opacity-0 group-hover/copy:opacity-100 group-focus-within/copy:opacity-100 top-2 py-2 h-12 w-0 float-right&quot;&gt;&lt;div class=&quot;absolute right-0 h-8 px-2 items-center inline-flex z-10&quot;&gt;&lt;button class=&quot;inline-flex&#xa;  items-center&#xa;  justify-center&#xa;  relative&#xa;  isolate&#xa;  shrink-0&#xa;  can-focus&#xa;  select-none&#xa;  disabled:pointer-events-none&#xa;  disabled:opacity-50&#xa;  disabled:shadow-none&#xa;  disabled:drop-shadow-none border-transparent&#xa;          transition&#xa;          font-base&#xa;          duration-300&#xa;          ease-[cubic-bezier(0.165,0.85,0.45,1)] h-8 w-8 rounded-md backdrop-blur-md _fill_10ocf_9 _ghost_10ocf_96&quot; type=&quot;button&quot; aria-label=&quot;Copy to clipboard&quot; data-state=&quot;closed&quot;&gt;&lt;div class=&quot;relative&quot;&gt;&lt;div class=&quot;transition-all opacity-100 scale-100&quot; style=&quot;width: 20px; height: 20px; display: flex; align-items: center; justify-content: center;&quot;&gt;&lt;svg width=&quot;20&quot; height=&quot;20&quot; viewBox=&quot;0 0 20 20&quot; fill=&quot;currentColor&quot; xmlns=&quot;http://www.w3.org/2000/svg&quot; class=&quot;transition-all opacity-100 scale-100&quot; aria-hidden=&quot;true&quot; style=&quot;flex-shrink: 0;&quot;&gt;&lt;path d=&quot;M12.5 3A1.5 1.5 0 0 1 14 4.5V6h1.5A1.5 1.5 0 0 1 17 7.5v8a1.5 1.5 0 0 1-1.5 1.5h-8A1.5 1.5 0 0 1 6 15.5V14H4.5A1.5 1.5 0 0 1 3 12.5v-8A1.5 1.5 0 0 1 4.5 3zm1.5 9.5a1.5 1.5 0 0 1-1.5 1.5H7v1.5a.5.5 0 0 0 .5.5h8a.5.5 0 0 0 .5-.5v-8a.5.5 0 0 0-.5-.5H14zM4.5 4a.5.5 0 0 0-.5.5v8a.5.5 0 0 0 .5.5h8a.5.5 0 0 0 .5-.5v-8a.5.5 0 0 0-.5-.5z&quot;&gt;&lt;/path&gt;&lt;/svg&gt;&lt;/div&gt;&lt;div class=&quot;absolute inset-0 flex items-center justify-center&quot;&gt;&lt;div class=&quot;transition-all opacity-0 scale-50&quot; style=&quot;width: 20px; height: 20px; display: flex; align-items: center; justify-content: center;&quot;&gt;&lt;svg width=&quot;20&quot; height=&quot;20&quot; viewBox=&quot;0 0 20 20&quot; fill=&quot;currentColor&quot; xmlns=&quot;http://www.w3.org/2000/svg&quot; class=&quot;transition-all opacity-0 scale-50&quot; aria-hidden=&quot;true&quot; style=&quot;flex-shrink: 0;&quot;&gt;&lt;path d=&quot;M15.188 5.11a.5.5 0 0 1 .752.626l-.056.084-7.5 9a.5.5 0 0 1-.738.033l-3.5-3.5-.064-.078a.501.501 0 0 1 .693-.693l.078.064 3.113 3.113 7.15-8.58z&quot;&gt;&lt;/path&gt;&lt;/svg&gt;&lt;/div&gt;&lt;/div&gt;&lt;/div&gt;&lt;/button&gt;&lt;/div&gt;&lt;/div&gt;&lt;div class=&quot;overflow-x-auto&quot;&gt;&lt;pre class=&quot;code-block__code !my-0 !rounded-lg !text-sm !leading-relaxed p-3.5&quot; style=&quot;color: rgb(234, 236, 240); background: transparent; font-family: var(--font-mono);&quot;&gt;&lt;code style=&quot;color: rgb(234, 236, 240); background: transparent; font-family: var(--font-mono); white-space: pre-wrap;&quot;&gt;&lt;span&gt;&lt;span&gt;https://s3.amazonaws.com/your-bucket/resume-123.pdf&#xa;&lt;/span&gt;&lt;/span&gt;&lt;span&gt;?X-Amz-Signature=abc123&#xa;&lt;/span&gt;&lt;span&gt;&amp;amp;X-Amz-Expires=300&lt;/span&gt;&lt;/code&gt;&lt;/pre&gt;&lt;/div&gt;&lt;/div&gt;" id="rra6tTRvJPethr66ALMW-101">
          <mxCell parent="1" style="text;whiteSpace=wrap;html=1;fontFamily=Architects Daughter;fontSource=https%3A%2F%2Ffonts.googleapis.com%2Fcss%3Ffamily%3DArchitects%2BDaughter;" vertex="1">
            <mxGeometry height="197" width="311" x="-648.25" y="314.5" as="geometry" />
          </mxCell>
        </UserObject>
+         <UserObject label="&lt;mark class=&quot;HxTRcb&quot; data-sfc-root=&quot;c&quot; data-wiz-uids=&quot;N6ErTe_h&quot; data-sfc-cb=&quot;&quot; data-ved=&quot;2ahUKEwjY982R47KUAxXSTWwGHbviLGcQuJAPegoIAggACAEIBRAB&quot; data-processed=&quot;true&quot; data-copy-service-computed-style=&quot;font-family: &amp;quot;Google Sans&amp;quot;, Arial, sans-serif; font-size: 16px; font-weight: 500; margin: 0px; text-decoration: none; border-bottom: 0px rgb(0, 29, 53);&quot; style=&quot;font-family: &amp;quot;Google Sans&amp;quot;, Arial, sans-serif; font-size: 16px; font-weight: 500; margin: 0px; text-decoration: none; border-bottom: 0px rgb(0, 29, 53);&quot;&gt;&lt;span data-sfc-cp=&quot;&quot; data-sfc-root=&quot;c&quot; data-sfc-cb=&quot;&quot; data-processed=&quot;true&quot; data-copy-service-computed-style=&quot;font-family: &amp;quot;Google Sans&amp;quot;, Arial, sans-serif; font-size: 16px; font-weight: 500; margin: 0px; text-decoration: none; border-bottom: 0px rgb(0, 29, 53);&quot; style=&quot;font-family: &amp;quot;Google Sans&amp;quot;, Arial, sans-serif; font-size: 16px; font-weight: 500; margin: 0px; text-decoration: none; border-bottom: 0px rgb(0, 29, 53);&quot;&gt;EC2 +&amp;nbsp;&lt;a class=&quot;H23r4e&quot; target=&quot;_blank&quot; rel=&quot;noopener&quot; data-hveid=&quot;CAIIAAgBCAUQAg&quot; href=&quot;https://docs.aws.amazon.com/autoscaling/ec2/userguide/auto-scaling-groups.html&quot; data-processed=&quot;true&quot; aria-label=&quot;Auto Scaling Groups (ASGs). Link preview. Site: Amazon AWS Documentation. Title: Auto Scaling groups - AWS Documentation. URL: https://docs.aws.amazon.com/autoscaling/ec2/userguide/auto-scaling-groups.html.&quot; data-copy-service-computed-style=&quot;font-family: &amp;quot;Google Sans&amp;quot;, Arial, sans-serif; font-size: 16px; font-weight: 500; margin: 0px; text-decoration: underline 1px rgb(26, 13, 171); border-bottom: 0px rgb(26, 13, 171);&quot; style=&quot;font-family: &amp;quot;Google Sans&amp;quot;, Arial, sans-serif; font-size: 16px; font-weight: 500; margin: 0px; text-decoration: underline 1px rgb(26, 13, 171); border-bottom: 0px rgb(26, 13, 171);&quot;&gt;&lt;span class=&quot;N9Q8Lc&quot; data-copy-service-computed-style=&quot;font-family: &amp;quot;Google Sans&amp;quot;, Arial, sans-serif; font-size: 16px; font-weight: 500; margin: 0px; text-decoration: none; border-bottom: 0px rgb(26, 13, 171);&quot; style=&quot;font-family: &amp;quot;Google Sans&amp;quot;, Arial, sans-serif; font-size: 16px; font-weight: 500; margin: 0px; text-decoration: none; border-bottom: 0px rgb(26, 13, 171);&quot;&gt;Auto Scaling Groups (ASGs)&lt;/span&gt;&lt;/a&gt;&lt;/span&gt;&lt;/mark&gt;" link="&lt;mark class=&quot;HxTRcb&quot; data-sfc-root=&quot;c&quot; data-wiz-uids=&quot;N6ErTe_h&quot; data-sfc-cb=&quot;&quot; data-ved=&quot;2ahUKEwjY982R47KUAxXSTWwGHbviLGcQuJAPegoIAggACAEIBRAB&quot; data-processed=&quot;true&quot; data-copy-service-computed-style=&quot;font-family: &amp;quot;Google Sans&amp;quot;, Arial, sans-serif; font-size: 16px; font-weight: 500; margin: 0px; text-decoration: none; border-bottom: 0px rgb(0, 29, 53);&quot; style=&quot;font-family: &amp;quot;Google Sans&amp;quot;, Arial, sans-serif; font-size: 16px; font-weight: 500; margin: 0px; text-decoration: none; border-bottom: 0px rgb(0, 29, 53);&quot;&gt;&lt;span data-sfc-cp=&quot;&quot; data-sfc-root=&quot;c&quot; data-sfc-cb=&quot;&quot; data-processed=&quot;true&quot; data-copy-service-computed-style=&quot;font-family: &amp;quot;Google Sans&amp;quot;, Arial, sans-serif; font-size: 16px; font-weight: 500; margin: 0px; text-decoration: none; border-bottom: 0px rgb(0, 29, 53);&quot; style=&quot;font-family: &amp;quot;Google Sans&amp;quot;, Arial, sans-serif; font-size: 16px; font-weight: 500; margin: 0px; text-decoration: none; border-bottom: 0px rgb(0, 29, 53);&quot;&gt;&lt;a class=&quot;H23r4e&quot; target=&quot;_blank&quot; rel=&quot;noopener&quot; data-hveid=&quot;CAIIAAgBCAUQAg&quot; href=&quot;https://docs.aws.amazon.com/autoscaling/ec2/userguide/auto-scaling-groups.html&quot; data-processed=&quot;true&quot; aria-label=&quot;Auto Scaling Groups (ASGs). Link preview. Site: Amazon AWS Documentation. Title: Auto Scaling groups - AWS Documentation. URL: https://docs.aws.amazon.com/autoscaling/ec2/userguide/auto-scaling-groups.html.&quot; data-copy-service-computed-style=&quot;font-family: &amp;quot;Google Sans&amp;quot;, Arial, sans-serif; font-size: 16px; font-weight: 500; margin: 0px; text-decoration: underline 1px rgb(26, 13, 171); border-bottom: 0px rgb(26, 13, 171);&quot; style=&quot;font-family: &amp;quot;Google Sans&amp;quot;, Arial, sans-serif; font-size: 16px; font-weight: 500; margin: 0px; text-decoration: underline 1px rgb(26, 13, 171); border-bottom: 0px rgb(26, 13, 171);&quot;&gt;&lt;span class=&quot;N9Q8Lc&quot; data-copy-service-computed-style=&quot;font-family: &amp;quot;Google Sans&amp;quot;, Arial, sans-serif; font-size: 16px; font-weight: 500; margin: 0px; text-decoration: none; border-bottom: 0px rgb(26, 13, 171);&quot; style=&quot;font-family: &amp;quot;Google Sans&amp;quot;, Arial, sans-serif; font-size: 16px; font-weight: 500; margin: 0px; text-decoration: none; border-bottom: 0px rgb(26, 13, 171);&quot;&gt;Auto Scaling Groups (ASGs)&lt;/span&gt;&lt;/a&gt;&lt;/span&gt;&lt;/mark&gt;&lt;span class=&quot;N9Q8Lc&quot; data-copy-service-computed-style=&quot;font-family: &amp;quot;Google Sans&amp;quot;, Arial, sans-serif; font-size: 16px; font-weight: 400; margin: 0px; text-decoration: none; border-bottom: 0px rgb(10, 10, 10);&quot; style=&quot;font-family: &amp;quot;Google Sans&amp;quot;, Arial, sans-serif; font-size: 16px; font-weight: 400; margin: 0px; text-decoration: none; border-bottom: 0px rgb(10, 10, 10);&quot;&gt;.&lt;/span&gt;&lt;span&gt; [&lt;a href=&quot;https://www.youtube.com/watch?v=fwfkSxb1T-s&quot;&gt;1&lt;/a&gt;, &lt;a href=&quot;https://www.youtube.com/shorts/qnM207tATSA&quot;&gt;2&lt;/a&gt;]&lt;/span&gt;" id="rra6tTRvJPethr66ALMW-104">
+           <mxCell parent="1" style="text;whiteSpace=wrap;html=1;fontFamily=Architects Daughter;fontSource=https%3A%2F%2Ffonts.googleapis.com%2Fcss%3Ffamily%3DArchitects%2BDaughter;" vertex="1">
+             <mxGeometry height="27.82" width="263.79" x="336" y="108.00000000000006" as="geometry" />
+           </mxCell>
+         </UserObject>
+         <mxCell id="rra6tTRvJPethr66ALMW-105" edge="1" parent="1" source="rra6tTRvJPethr66ALMW-104" style="edgeStyle=none;curved=1;rounded=0;orthogonalLoop=1;jettySize=auto;html=1;exitX=1;exitY=1;exitDx=0;exitDy=0;fontFamily=Architects Daughter;fontSource=https%3A%2F%2Ffonts.googleapis.com%2Fcss%3Ffamily%3DArchitects%2BDaughter;fontSize=16;startSize=14;endArrow=open;endSize=14;sourcePerimeterSpacing=8;targetPerimeterSpacing=8;" target="rra6tTRvJPethr66ALMW-104">
+           <mxGeometry relative="1" as="geometry" />
+         </mxCell>
      </root>
    </mxGraphModel>
  </diagram>
</mxfile>
